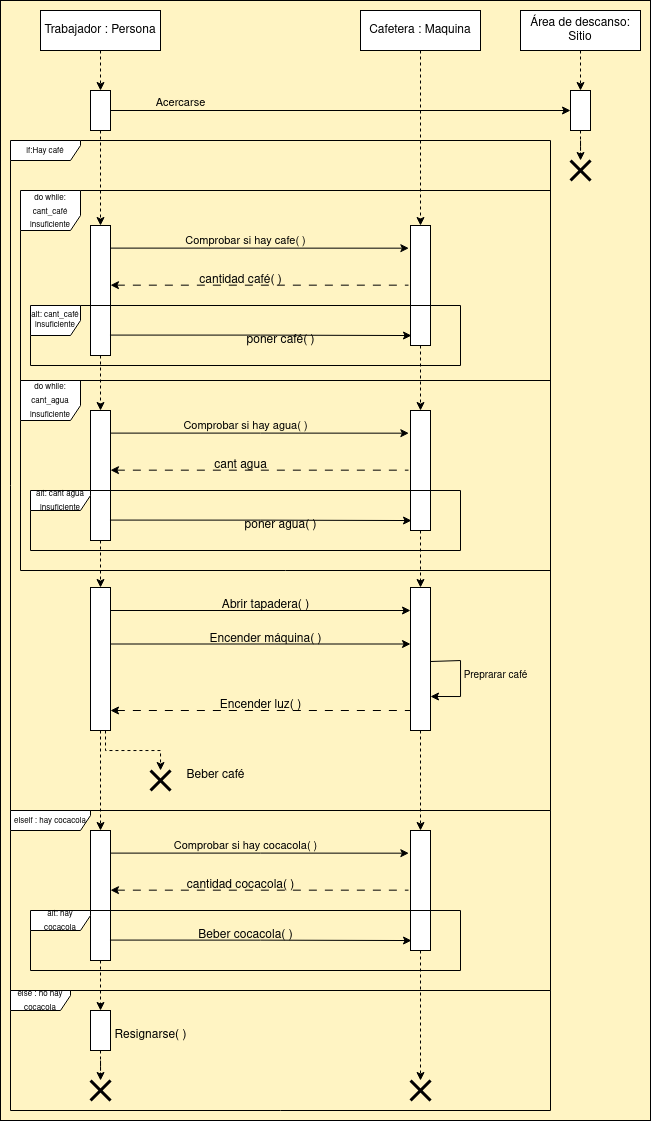
Above: 02_Entornos de desarrollo/UT_6/Ejercicios06/Ejercicios/Ejer08/Ejer08.drawio.png in antgomper/Curso_23-24_DAW (draw.io), before the change. Source tidied: cells renumbered, new cells last; positions are measured from the earlier drawing's top-left corner, leaving out a move shared by most shapes.
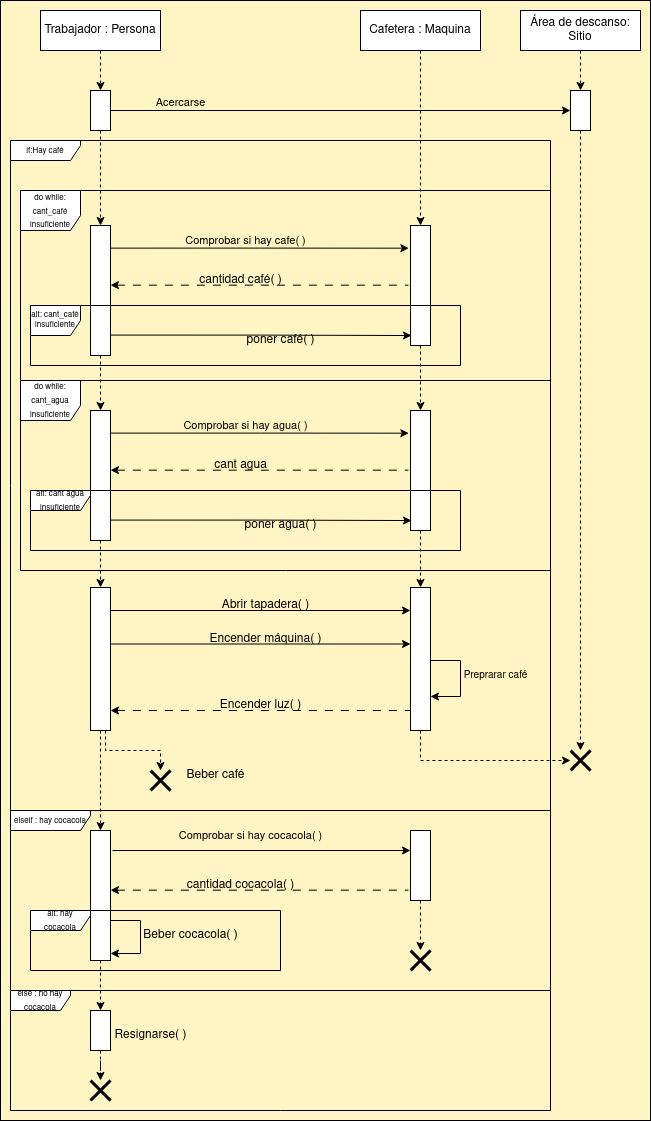
The same diagram one commit later.

Change to the diagram source:
```diff
@@ -137,8 +137,10 @@
     <mxCell id="43" style="rounded=0;whiteSpace=wrap;html=1;" parent="1" vertex="1">
       <mxGeometry x="90" y="587" width="20" height="143" as="geometry" />
     </mxCell>
-    <mxCell id="44" style="edgeStyle=orthogonalEdgeStyle;rounded=0;jettySize=auto;html=1;exitX=0.5;exitY=1;exitDx=0;exitDy=0;entryX=0.5;entryY=0;entryDx=0;entryDy=0;dashed=1;" parent="1" edge="1" source="45" target="60">
-      <mxGeometry relative="1" as="geometry" />
+    <mxCell id="44" style="edgeStyle=orthogonalEdgeStyle;rounded=0;jettySize=auto;html=1;exitX=0.5;exitY=1;exitDx=0;exitDy=0;dashed=1;" parent="1" edge="1" source="54">
+      <mxGeometry relative="1" as="geometry">
+        <mxPoint x="580" y="770" as="targetPoint" />
+      </mxGeometry>
     </mxCell>
     <mxCell id="45" style="rounded=0;whiteSpace=wrap;html=1;flipV=1;flipH=1;" parent="1" vertex="1">
       <mxGeometry x="410" y="587" width="20" height="143" as="geometry" />
@@ -178,17 +180,11 @@
       <mxGeometry x="175" y="760" width="80" height="30" as="geometry" />
     </mxCell>
     <mxCell id="53" style="shape=umlDestroy;whiteSpace=wrap;html=1;strokeWidth=3;targetShapes=umlLifeline;" parent="1" vertex="1">
-      <mxGeometry x="410" y="1080" width="20" height="20" as="geometry" />
+      <mxGeometry x="410" y="950" width="20" height="20" as="geometry" />
     </mxCell>
-    <mxCell id="54" style="shape=umlDestroy;whiteSpace=wrap;html=1;strokeWidth=3;targetShapes=umlLifeline;" parent="1" vertex="1">
-      <mxGeometry x="570" y="160" width="20" height="20" as="geometry" />
-    </mxCell>
     <mxCell id="55" value="&lt;div&gt;&lt;font style=&quot;font-size: 8px;&quot;&gt;if:Hay café&lt;br&gt;&lt;/font&gt;&lt;/div&gt;" style="shape=umlFrame;whiteSpace=wrap;html=1;width=70;height=20;" parent="1" vertex="1">
       <mxGeometry x="10" y="140" width="540" height="670" as="geometry" />
     </mxCell>
-    <mxCell id="56" style="edgeStyle=orthogonalEdgeStyle;rounded=0;jettySize=auto;html=1;exitX=1.017;exitY=0.174;exitDx=0;exitDy=0;entryX=-0.083;entryY=0.189;entryDx=0;entryDy=0;entryPerimeter=0;exitPerimeter=0;" parent="1" edge="1" source="58" target="60">
-      <mxGeometry relative="1" as="geometry" />
-    </mxCell>
     <mxCell id="57" style="edgeStyle=orthogonalEdgeStyle;rounded=0;jettySize=auto;html=1;exitX=0.5;exitY=1;exitDx=0;exitDy=0;entryX=0.5;entryY=0;entryDx=0;entryDy=0;dashed=1;" parent="1" edge="1" source="58" target="70">
       <mxGeometry relative="1" as="geometry" />
     </mxCell>
@@ -199,22 +195,19 @@
       <mxGeometry relative="1" as="geometry" />
     </mxCell>
     <mxCell id="60" style="rounded=0;whiteSpace=wrap;html=1;" parent="1" vertex="1">
-      <mxGeometry x="410" y="830" width="20" height="120" as="geometry" />
+      <mxGeometry x="410" y="830" width="20" height="70" as="geometry" />
     </mxCell>
     <mxCell id="61" value="&lt;div style=&quot;font-size: 11px;&quot;&gt;&lt;font style=&quot;font-size: 11px;&quot;&gt;Comprobar si hay cocacola( )&lt;br&gt;&lt;/font&gt;&lt;/div&gt;" style="text;html=1;align=center;verticalAlign=middle;strokeColor=none;fillColor=none;" parent="1" vertex="1">
-      <mxGeometry x="160" y="830" width="170" height="30" as="geometry" />
+      <mxGeometry x="165" y="820" width="170" height="30" as="geometry" />
     </mxCell>
-    <mxCell id="62" style="edgeStyle=orthogonalEdgeStyle;rounded=0;jettySize=auto;html=1;exitX=0.974;exitY=0.843;exitDx=0;exitDy=0;startArrow=none;startFill=0;endArrow=classic;endFill=1;exitPerimeter=0;entryX=0.05;entryY=0.917;entryDx=0;entryDy=0;entryPerimeter=0;" parent="1" edge="1" source="58" target="60">
-      <mxGeometry relative="1" as="geometry" />
-    </mxCell>
     <mxCell id="63" value="Beber cocacola( )" style="text;html=1;align=center;verticalAlign=middle;strokeColor=none;fillColor=none;" parent="1" vertex="1">
-      <mxGeometry x="185" y="920" width="120" height="30" as="geometry" />
+      <mxGeometry x="130" y="920" width="120" height="30" as="geometry" />
     </mxCell>
     <mxCell id="64" value="cantidad cocacola( )" style="text;html=1;align=center;verticalAlign=middle;strokeColor=none;fillColor=none;" parent="1" vertex="1">
       <mxGeometry x="175" y="870" width="130" height="30" as="geometry" />
     </mxCell>
     <mxCell id="65" value="&lt;div&gt;&lt;font style=&quot;font-size: 8px;&quot;&gt;alt: hay cocacola&lt;br&gt;&lt;/font&gt;&lt;/div&gt;" style="shape=umlFrame;whiteSpace=wrap;html=1;width=60;height=20;" parent="1" vertex="1">
-      <mxGeometry x="30" y="910" width="430" height="60" as="geometry" />
+      <mxGeometry x="30" y="910" width="250" height="60" as="geometry" />
     </mxCell>
     <mxCell id="66" style="edgeStyle=orthogonalEdgeStyle;rounded=0;orthogonalLoop=1;jettySize=auto;html=1;exitX=1.017;exitY=0.174;exitDx=0;exitDy=0;entryX=-0.083;entryY=0.189;entryDx=0;entryDy=0;entryPerimeter=0;exitPerimeter=0;dashed=1;dashPattern=8 8;startArrow=classic;startFill=1;endArrow=none;endFill=0;" parent="1" edge="1">
       <mxGeometry relative="1" as="geometry">
@@ -240,6 +233,33 @@
     <mxCell id="72" value="Resignarse( )" style="text;html=1;align=center;verticalAlign=middle;strokeColor=none;fillColor=none;" parent="1" vertex="1">
       <mxGeometry x="100" y="1020" width="100" height="30" as="geometry" />
     </mxCell>
+    <mxCell id="74" style="edgeStyle=orthogonalEdgeStyle;rounded=0;jettySize=auto;html=1;exitX=0.5;exitY=1;exitDx=0;exitDy=0;dashed=1;" parent="1" edge="1" source="45" target="54">
+      <mxGeometry relative="1" as="geometry">
+        <Array as="points">
+          <mxPoint x="420" y="760" />
+        </Array>
+      </mxGeometry>
+    </mxCell>
+    <mxCell id="54" style="shape=umlDestroy;whiteSpace=wrap;html=1;strokeWidth=3;targetShapes=umlLifeline;" parent="1" vertex="1">
+      <mxGeometry x="570" y="750" width="20" height="20" as="geometry" />
+    </mxCell>
+    <mxCell id="75" style="edgeStyle=orthogonalEdgeStyle;rounded=0;orthogonalLoop=1;jettySize=auto;html=1;exitX=1;exitY=0.5;exitDx=0;exitDy=0;entryX=1;entryY=0.75;entryDx=0;entryDy=0;" parent="1" edge="1">
+      <mxGeometry relative="1" as="geometry">
+        <mxPoint x="110" y="918" as="sourcePoint" />
+        <mxPoint x="110" y="953" as="targetPoint" />
+        <Array as="points">
+          <mxPoint x="110" y="920" />
+          <mxPoint x="140" y="920" />
+          <mxPoint x="140" y="953" />
+        </Array>
+      </mxGeometry>
+    </mxCell>
+    <mxCell id="76" style="edgeStyle=orthogonalEdgeStyle;rounded=0;orthogonalLoop=1;jettySize=auto;html=1;exitX=1.017;exitY=0.174;exitDx=0;exitDy=0;entryX=-0.083;entryY=0.189;entryDx=0;entryDy=0;entryPerimeter=0;exitPerimeter=0;startArrow=none;startFill=0;endArrow=classic;endFill=1;" parent="1" edge="1">
+      <mxGeometry relative="1" as="geometry">
+        <mxPoint x="112" y="850" as="sourcePoint" />
+        <mxPoint x="410" y="850" as="targetPoint" />
+      </mxGeometry>
+    </mxCell>
     <mxCell id="73" style="rounded=0;whiteSpace=wrap;html=1;fillColor=none;" parent="1" vertex="1">
       <mxGeometry width="650" height="1120" as="geometry" />
     </mxCell>
```
